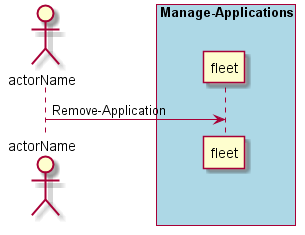
The PlantUML diagram docs/UseCases/Manage-Applications/Remove-Application.png in CAADE/fleet, before a commit.
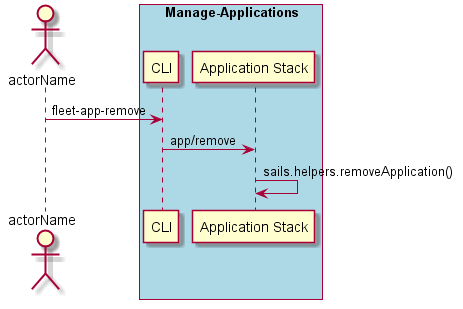
Later version of the same file.

Diff of the diagram source:
```diff
@@ -2,8 +2,12 @@
 Actor "actorName" as A
 
 box "Manage-Applications" #lightblue
-participant "fleet" as S
-A -> S : Remove-Application
+participant "CLI" as S
+A -> S : fleet-app-remove
+participant "Application Stack" as AS
+S -> AS : app/remove
+AS -> AS : sails.helpers.removeApplication()
 end box
 
+
 @enduml
```
